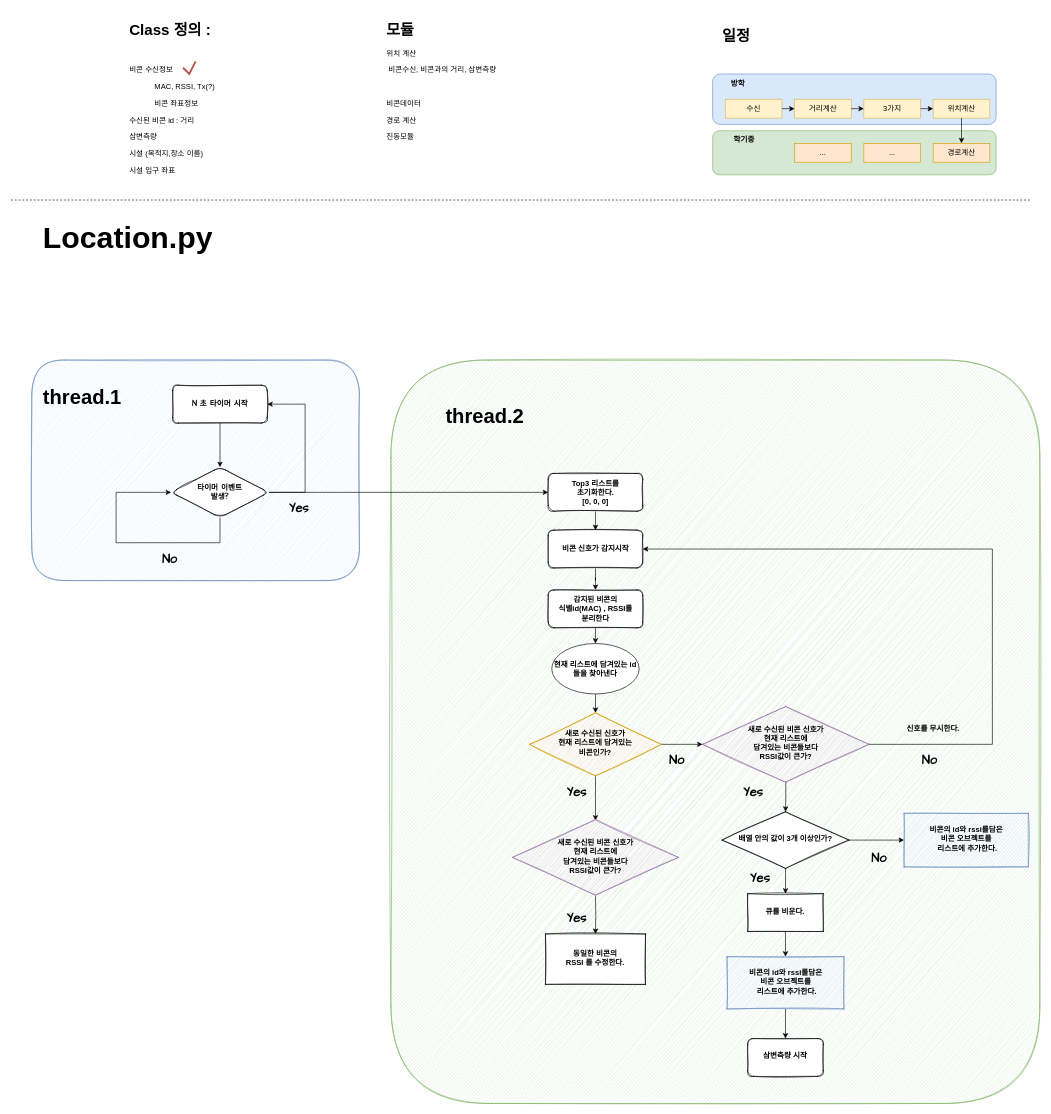
Earlier version of the draw.io diagram 졸업작품_location.py_설명.drawio (alalai012/Memo). Source tidied: cells renumbered, new cells numbered last; positions are measured from the earlier drawing's top-left corner, leaving out a move shared by most shapes. Both pictures are drawn from the tidied source at 63%, with x=0, y=0 at pixel (11, 17).
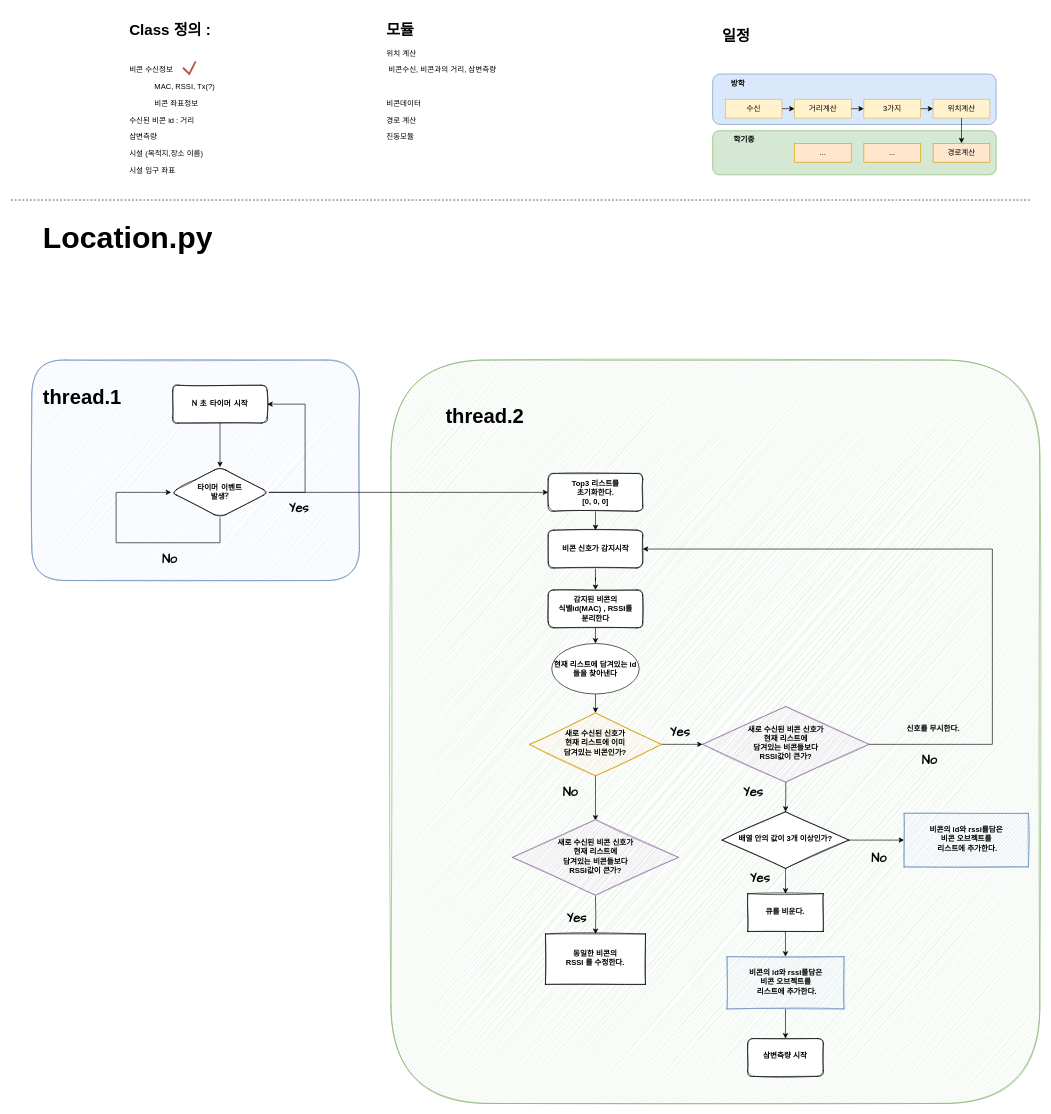
After the change.

Commit message:
분기 오류 수정.drawio

The edit, as a diff of the source:
```diff
@@
     <mxCell id="34" value="No" style="text;strokeColor=none;fillColor=none;html=1;align=center;verticalAlign=middle;whiteSpace=wrap;rounded=0;sketch=1;hachureGap=4;fontFamily=Architects Daughter;fontSize=20;fontStyle=1;" parent="1" vertex="1">
-      <mxGeometry x="1027.4" y="1164" width="60" height="30" as="geometry" />
+      <mxGeometry x="858.3" y="1215" width="60" height="30" as="geometry" />
     </mxCell>
@@
-    <mxCell id="49" value="새로 수신된 신호가&lt;br&gt;현재 리스트에 담겨있는&lt;br&gt;비콘인가?" style="rhombus;whiteSpace=wrap;html=1;shadow=0;fontFamily=Helvetica;fontSize=12;align=center;strokeWidth=1;spacing=6;spacingTop=-4;sketch=1;fillColor=#ffe6cc;strokeColor=#d79b00;fontStyle=1;" parent="1" vertex="1">
+    <mxCell id="49" value="새로 수신된 신호가&lt;br&gt;현재 리스트에 이미&lt;br&gt;담겨있는 비콘인가?" style="rhombus;whiteSpace=wrap;html=1;shadow=0;fontFamily=Helvetica;fontSize=12;align=center;strokeWidth=1;spacing=6;spacingTop=-4;sketch=1;fillColor=#ffe6cc;strokeColor=#d79b00;fontStyle=1;" parent="1" vertex="1">
       <mxGeometry x="823" y="1104" width="209.4" height="100" as="geometry" />
     </mxCell>
@@
     <mxCell id="55" value="Yes" style="text;strokeColor=none;fillColor=none;html=1;align=center;verticalAlign=middle;whiteSpace=wrap;rounded=0;sketch=1;hachureGap=4;fontFamily=Architects Daughter;fontSize=20;fontStyle=1;" parent="1" vertex="1">
-      <mxGeometry x="867.7" y="1214" width="60" height="30" as="geometry" />
+      <mxGeometry x="1032.4" y="1119" width="60" height="30" as="geometry" />
     </mxCell>
```
